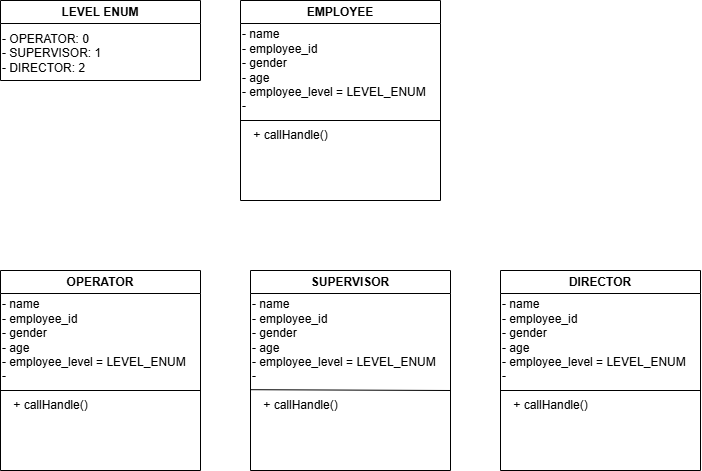
This is Class_Diagram_and_Implementation/CallCenter/call_center.drawio.png from ashu7mishra/LLD, a draw.io export, as it was before one commit. Source tidied: cells renumbered, new cells last; positions are measured from the earlier drawing's top-left corner, leaving out a move shared by most shapes.
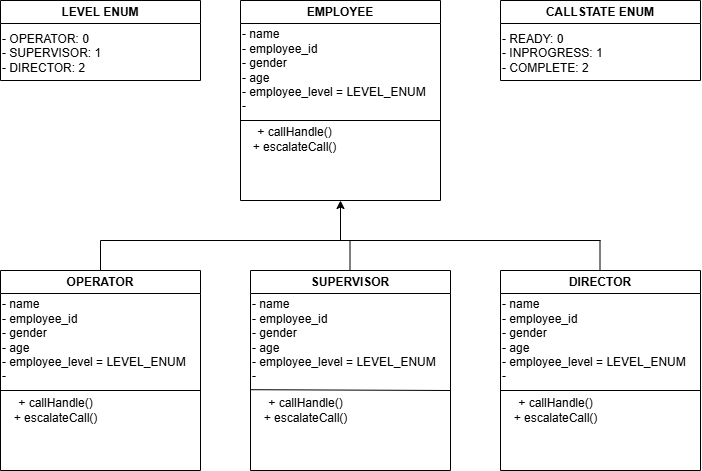
After the commit.

Diff of the diagram source:
```diff
@@ -14,36 +14,38 @@
     <mxCell id="5" value="- name&lt;div&gt;- employee_id&lt;/div&gt;&lt;div&gt;- gender&lt;/div&gt;&lt;div&gt;- age&lt;/div&gt;&lt;div&gt;- employee_level = LEVEL_ENUM&lt;/div&gt;&lt;div&gt;-&amp;nbsp;&lt;/div&gt;" style="text;html=1;align=left;verticalAlign=middle;whiteSpace=wrap;rounded=0;" parent="4" vertex="1">
       <mxGeometry y="20" width="200" height="100" as="geometry" />
     </mxCell>
-    <mxCell id="6" value="+ callHandle()" style="text;html=1;align=center;verticalAlign=middle;strokeColor=none;fillColor=none;" parent="4" vertex="1">
-      <mxGeometry y="120" width="100" height="30" as="geometry" />
-    </mxCell>
     <mxCell id="7" style="endArrow=none;html=1;rounded=0;exitX=0;exitY=1;exitDx=0;exitDy=0;entryX=1;entryY=1;entryDx=0;entryDy=0;" parent="4" edge="1" source="5" target="5">
       <mxGeometry relative="1" as="geometry" />
     </mxCell>
+    <mxCell id="21" value="+ callHandle()&lt;div&gt;+ escalateCall()&lt;/div&gt;" style="text;html=1;align=center;verticalAlign=middle;strokeColor=none;fillColor=none;" parent="4" vertex="1">
+      <mxGeometry y="120" width="110" height="40" as="geometry" />
+    </mxCell>
     <mxCell id="8" value="SUPERVISOR" style="swimlane;whiteSpace=wrap;html=1;align=center;" parent="1" vertex="1">
       <mxGeometry x="250" y="270" width="200" height="200" as="geometry" />
     </mxCell>
     <mxCell id="9" value="- name&lt;div&gt;- employee_id&lt;/div&gt;&lt;div&gt;- gender&lt;/div&gt;&lt;div&gt;- age&lt;/div&gt;&lt;div&gt;- employee_level = LEVEL_ENUM&lt;/div&gt;&lt;div&gt;-&amp;nbsp;&lt;/div&gt;" style="text;html=1;align=left;verticalAlign=middle;whiteSpace=wrap;rounded=0;" parent="8" vertex="1">
       <mxGeometry y="20" width="200" height="100" as="geometry" />
     </mxCell>
-    <mxCell id="10" value="+ callHandle()" style="text;html=1;align=center;verticalAlign=middle;points=[];strokeColor=none;fillColor=none;" parent="8" vertex="1">
-      <mxGeometry y="120" width="100" height="30" as="geometry" />
-    </mxCell>
-    <mxCell id="11" style="endArrow=none;html=1;rounded=0;exitX=-0.004;exitY=-0.027;exitDx=0;exitDy=0;exitPerimeter=0;entryX=1;entryY=1;entryDx=0;entryDy=0;" parent="8" edge="1" source="10" target="9">
-      <mxGeometry relative="1" as="geometry" />
+    <mxCell id="11" style="endArrow=none;html=1;rounded=0;exitX=-0.004;exitY=-0.027;exitDx=0;exitDy=0;exitPerimeter=0;entryX=1;entryY=1;entryDx=0;entryDy=0;" parent="8" edge="1" target="9">
+      <mxGeometry relative="1" as="geometry">
+        <mxPoint x="-0.4" y="119.2" as="sourcePoint" />
+      </mxGeometry>
     </mxCell>
+    <mxCell id="22" value="+ callHandle()&lt;div&gt;+ escalateCall()&lt;/div&gt;" style="text;html=1;align=center;verticalAlign=middle;strokeColor=none;fillColor=none;" parent="8" vertex="1">
+      <mxGeometry y="120" width="110" height="40" as="geometry" />
+    </mxCell>
     <mxCell id="12" value="DIRECTOR" style="swimlane;whiteSpace=wrap;html=1;align=center;" parent="1" vertex="1">
       <mxGeometry x="500" y="270" width="200" height="200" as="geometry" />
     </mxCell>
     <mxCell id="13" value="- name&lt;div&gt;- employee_id&lt;/div&gt;&lt;div&gt;- gender&lt;/div&gt;&lt;div&gt;- age&lt;/div&gt;&lt;div&gt;- employee_level = LEVEL_ENUM&lt;/div&gt;&lt;div&gt;-&amp;nbsp;&lt;/div&gt;" style="text;html=1;align=left;verticalAlign=middle;whiteSpace=wrap;rounded=0;" parent="12" vertex="1">
       <mxGeometry y="20" width="200" height="100" as="geometry" />
     </mxCell>
-    <mxCell id="14" value="+ callHandle()" style="text;html=1;align=center;verticalAlign=middle;strokeColor=none;fillColor=none;" parent="12" vertex="1">
-      <mxGeometry y="120" width="100" height="30" as="geometry" />
-    </mxCell>
     <mxCell id="15" style="endArrow=none;html=1;rounded=0;exitX=0;exitY=1;exitDx=0;exitDy=0;entryX=1;entryY=1;entryDx=0;entryDy=0;" parent="12" edge="1" source="13" target="13">
       <mxGeometry relative="1" as="geometry" />
     </mxCell>
+    <mxCell id="23" value="+ callHandle()&lt;div&gt;+ escalateCall()&lt;/div&gt;" style="text;html=1;align=center;verticalAlign=middle;strokeColor=none;fillColor=none;" parent="12" vertex="1">
+      <mxGeometry y="120" width="110" height="40" as="geometry" />
+    </mxCell>
     <mxCell id="16" style="group;" parent="1" vertex="1">
       <mxGeometry x="240" width="200" height="200" as="geometry" />
     </mxCell>
@@ -53,8 +55,8 @@
     <mxCell id="18" value="- name&lt;div&gt;- employee_id&lt;/div&gt;&lt;div&gt;- gender&lt;/div&gt;&lt;div&gt;- age&lt;/div&gt;&lt;div&gt;- employee_level = LEVEL_ENUM&lt;/div&gt;&lt;div&gt;-&amp;nbsp;&lt;/div&gt;" style="text;html=1;align=left;verticalAlign=middle;whiteSpace=wrap;rounded=0;" parent="17" vertex="1">
       <mxGeometry y="20" width="200" height="100" as="geometry" />
     </mxCell>
-    <mxCell id="19" value="+ callHandle()" style="text;html=1;align=center;verticalAlign=middle;strokeColor=none;fillColor=none;" parent="17" vertex="1">
-      <mxGeometry y="120" width="100" height="30" as="geometry" />
+    <mxCell id="19" value="+ callHandle()&lt;div&gt;+ escalateCall()&lt;/div&gt;" style="text;html=1;align=center;verticalAlign=middle;strokeColor=none;fillColor=none;" parent="17" vertex="1">
+      <mxGeometry x="-1" y="119" width="110" height="40" as="geometry" />
     </mxCell>
     <mxCell id="20" style="endArrow=none;html=1;rounded=0;" parent="16" edge="1">
       <mxGeometry relative="1" as="geometry">
@@ -62,5 +64,42 @@
         <mxPoint x="200" y="120" as="targetPoint" />
       </mxGeometry>
     </mxCell>
+    <mxCell id="24" style="group;" parent="1" vertex="1">
+      <mxGeometry x="100" y="240" width="500" height="30" as="geometry" />
+    </mxCell>
+    <mxCell id="25" style="endArrow=classic;html=1;rounded=0;entryX=0.5;entryY=1;entryDx=0;entryDy=0;" parent="24" edge="1" target="17">
+      <mxGeometry relative="1" as="geometry">
+        <mxPoint x="240" as="sourcePoint" />
+      </mxGeometry>
+    </mxCell>
+    <mxCell id="26" style="endArrow=none;html=1;rounded=0;" parent="24" edge="1">
+      <mxGeometry relative="1" as="geometry">
+        <mxPoint as="sourcePoint" />
+        <mxPoint x="500" as="targetPoint" />
+      </mxGeometry>
+    </mxCell>
+    <mxCell id="27" style="endArrow=none;html=1;rounded=0;exitX=0.5;exitY=0;exitDx=0;exitDy=0;" parent="24" edge="1" source="4">
+      <mxGeometry relative="1" as="geometry">
+        <mxPoint as="targetPoint" />
+      </mxGeometry>
+    </mxCell>
+    <mxCell id="28" style="endArrow=none;html=1;rounded=0;exitX=0.5;exitY=0;exitDx=0;exitDy=0;" parent="24" edge="1">
+      <mxGeometry relative="1" as="geometry">
+        <mxPoint x="249.5" y="30" as="sourcePoint" />
+        <mxPoint x="249.5" as="targetPoint" />
+      </mxGeometry>
+    </mxCell>
+    <mxCell id="29" style="endArrow=none;html=1;rounded=0;exitX=0.5;exitY=0;exitDx=0;exitDy=0;" parent="24" edge="1">
+      <mxGeometry relative="1" as="geometry">
+        <mxPoint x="499.5" y="30" as="sourcePoint" />
+        <mxPoint x="499.5" as="targetPoint" />
+      </mxGeometry>
+    </mxCell>
+    <mxCell id="30" value="CALLSTATE ENUM" style="swimlane;whiteSpace=wrap;html=1;" parent="1" vertex="1">
+      <mxGeometry x="500" width="200" height="80" as="geometry" />
+    </mxCell>
+    <mxCell id="31" value="- READY: 0&lt;div&gt;- INPROGRESS: 1&lt;/div&gt;&lt;div style=&quot;&quot;&gt;- COMPLETE: 2&lt;/div&gt;" style="text;html=1;align=left;verticalAlign=middle;whiteSpace=wrap;rounded=0;" parent="30" vertex="1">
+      <mxGeometry y="25" width="200" height="55" as="geometry" />
+    </mxCell>
   </root>
 </mxGraphModel>
```
